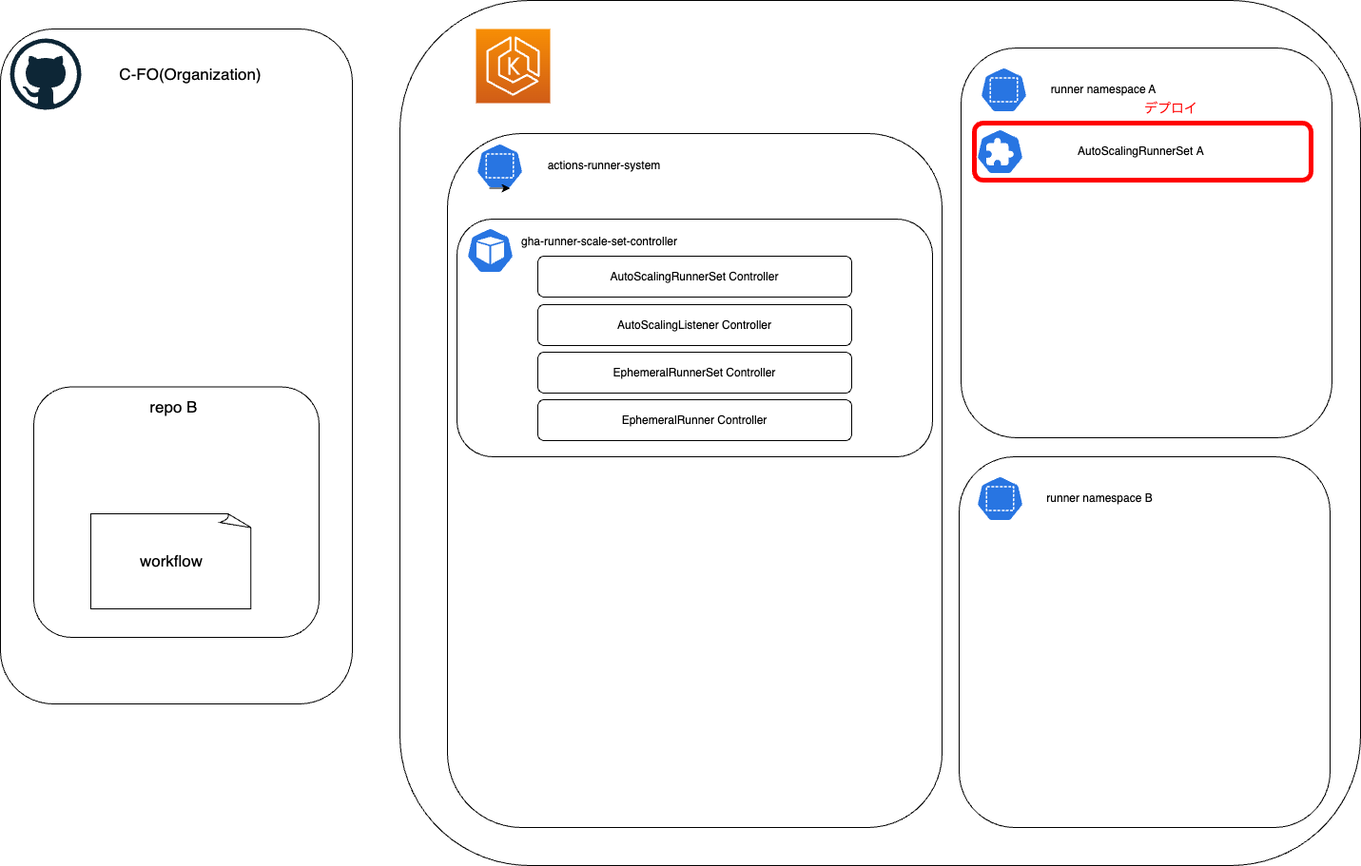
Above: drawio/autoscaling_runner-scale-set-mode-2.drawio.png in freee-akito-fujihara/ARC-AutoScalingRunnerScaleSet (draw.io), before the change. Source tidied: cells renumbered, new cells last; positions are measured from the earlier drawing's top-left corner, leaving out a move shared by most shapes.
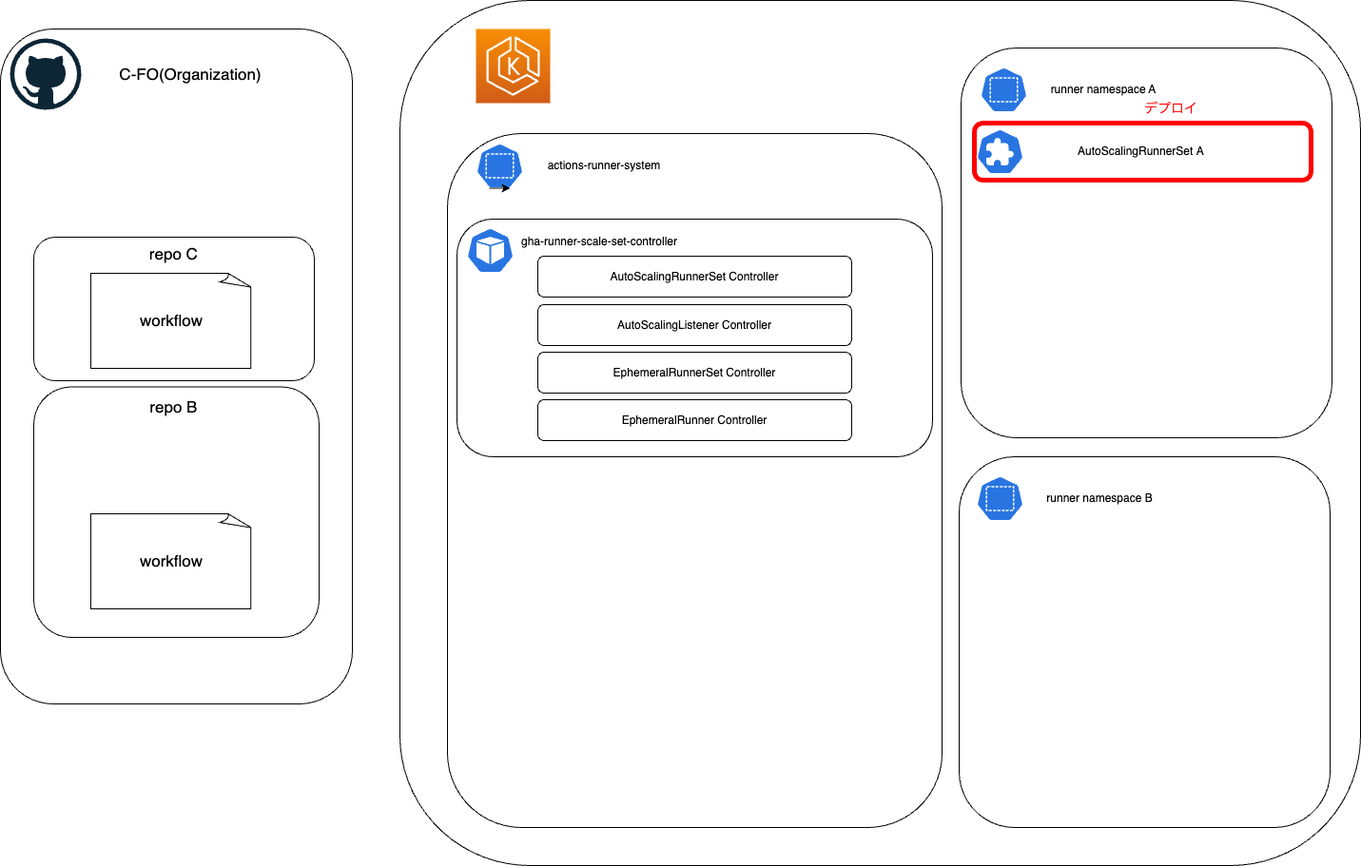
After the commit.

Commit message:
workflow の設定箇所を修正

Diff of the diagram source:
```diff
@@ -86,5 +86,14 @@
     <mxCell id="29" value="&lt;font style=&quot;font-size: 14px;&quot; color=&quot;#ff0000&quot;&gt;デプロイ&lt;/font&gt;" style="text;strokeColor=none;align=center;fillColor=none;html=1;verticalAlign=middle;whiteSpace=wrap;rounded=0;strokeWidth=5;" parent="1" vertex="1">
       <mxGeometry x="1201" y="99" width="60" height="30" as="geometry" />
     </mxCell>
+    <mxCell id="30" style="rounded=1;whiteSpace=wrap;html=1;fontSize=17;" parent="1" vertex="1">
+      <mxGeometry x="35" y="249" width="295" height="151" as="geometry" />
+    </mxCell>
+    <mxCell id="31" value="workflow" style="whiteSpace=wrap;html=1;shape=mxgraph.basic.document;fontSize=17;" parent="1" vertex="1">
+      <mxGeometry x="95" y="287" width="170" height="100" as="geometry" />
+    </mxCell>
+    <mxCell id="32" value="&amp;nbsp;repo C" style="text;strokeColor=none;align=center;fillColor=none;html=1;verticalAlign=middle;whiteSpace=wrap;rounded=0;fontSize=17;" parent="1" vertex="1">
+      <mxGeometry x="150" y="252" width="60" height="30" as="geometry" />
+    </mxCell>
   </root>
 </mxGraphModel>
```
